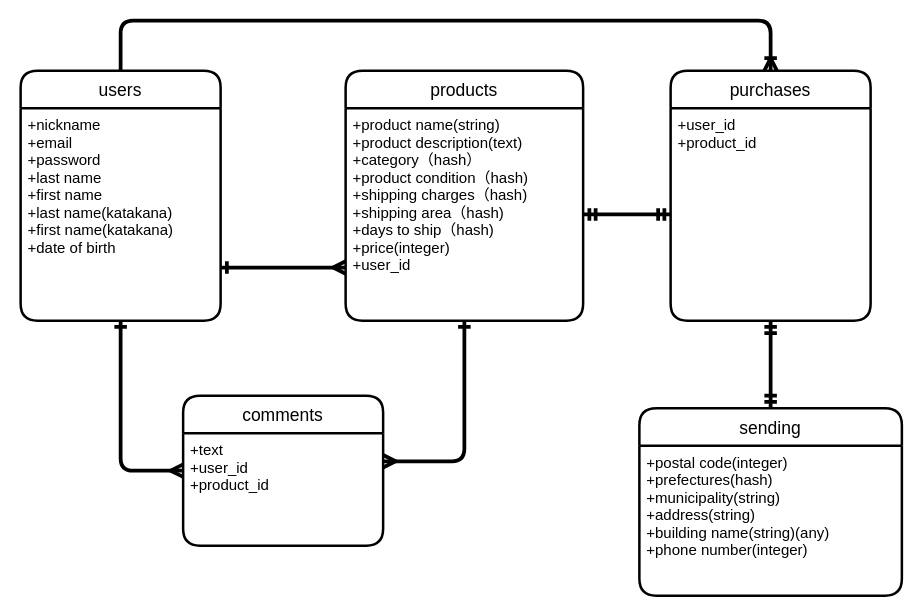
Before: test.dio in toshiki-kawamura/furima-30591, a draw.io diagram. Source tidied: cells renumbered, new cells numbered last; positions are measured from the earlier drawing's top-left corner, leaving out a move shared by most shapes. Both pictures are drawn from the tidied source at 125%, with x=0, y=0 at pixel (20, 20).
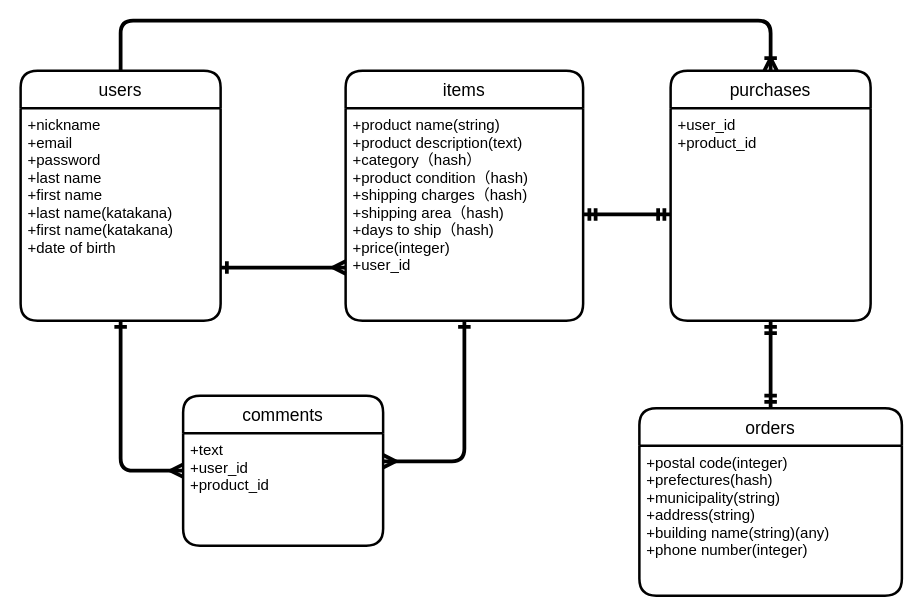
The same diagram, later.

What changed in the source:
```diff
@@
-    <mxCell id="13" value="sending" style="swimlane;horizontal=1;startSize=30;rounded=1;fontSize=14;fontStyle=0;strokeWidth=2;shadow=0;dashed=0;align=center;" parent="1" vertex="1">
+    <mxCell id="13" value="orders" style="swimlane;horizontal=1;startSize=30;rounded=1;fontSize=14;fontStyle=0;strokeWidth=2;shadow=0;dashed=0;align=center;" parent="1" vertex="1">
       <mxGeometry x="495" y="310" width="210" height="150" as="geometry" />
     </mxCell>
@@
-    <mxCell id="15" value="products" style="swimlane;horizontal=1;startSize=30;rounded=1;fontSize=14;fontStyle=0;strokeWidth=2;shadow=0;dashed=0;align=center;" parent="1" vertex="1">
+    <mxCell id="15" value="items" style="swimlane;horizontal=1;startSize=30;rounded=1;fontSize=14;fontStyle=0;strokeWidth=2;shadow=0;dashed=0;align=center;" parent="1" vertex="1">
       <mxGeometry x="260" y="40" width="190" height="200" as="geometry" />
     </mxCell>
```
